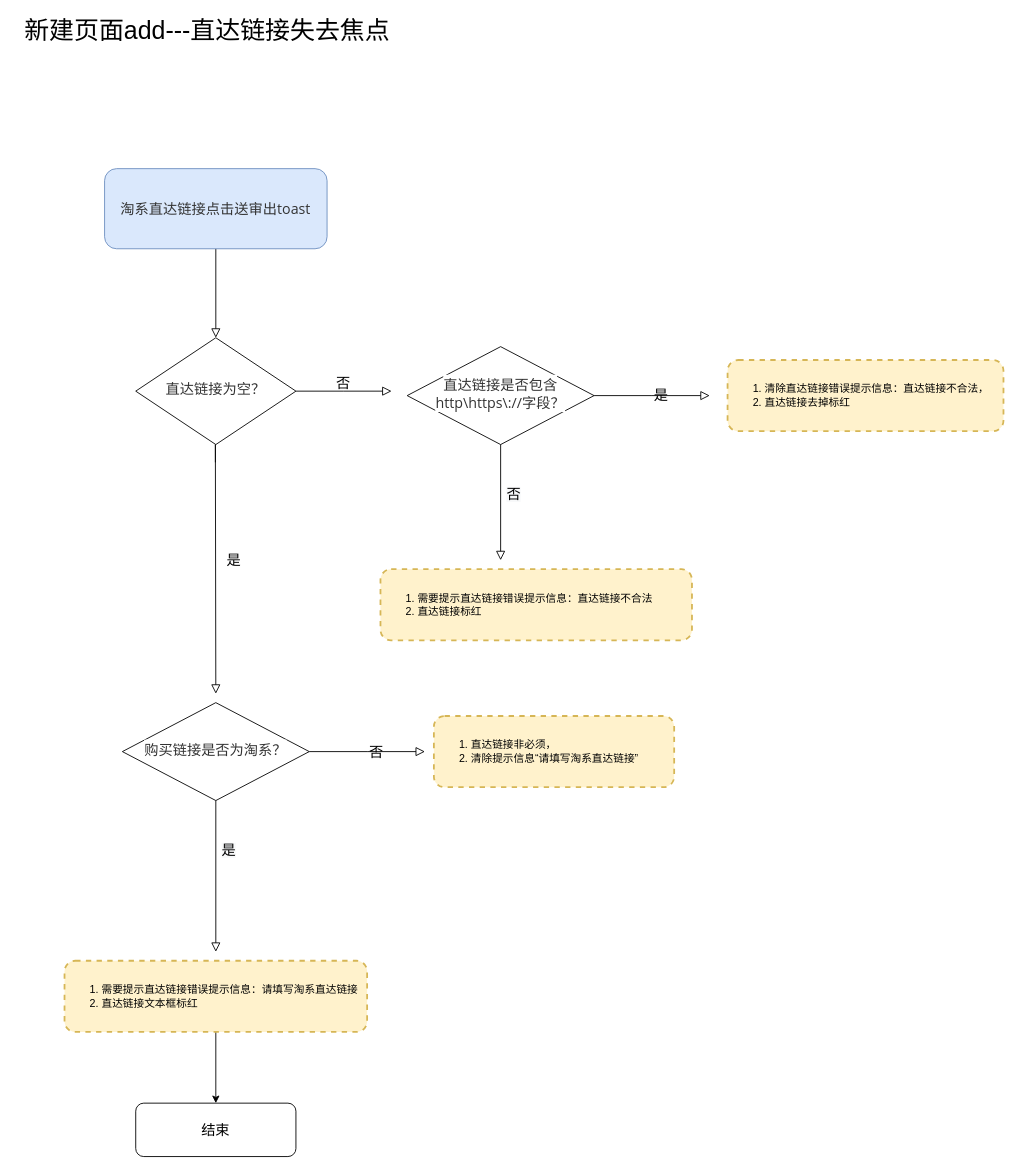
Earlier version of the draw.io diagram Untitled Diagram.drawio (AnneLau/-algorithm_bubble). Source tidied: cells renumbered, new cells numbered last; positions are measured from the earlier drawing's top-left corner, leaving out a move shared by most shapes. Both pictures are drawn from the tidied source at 89%, with x=0, y=0 at pixel (15, 17).
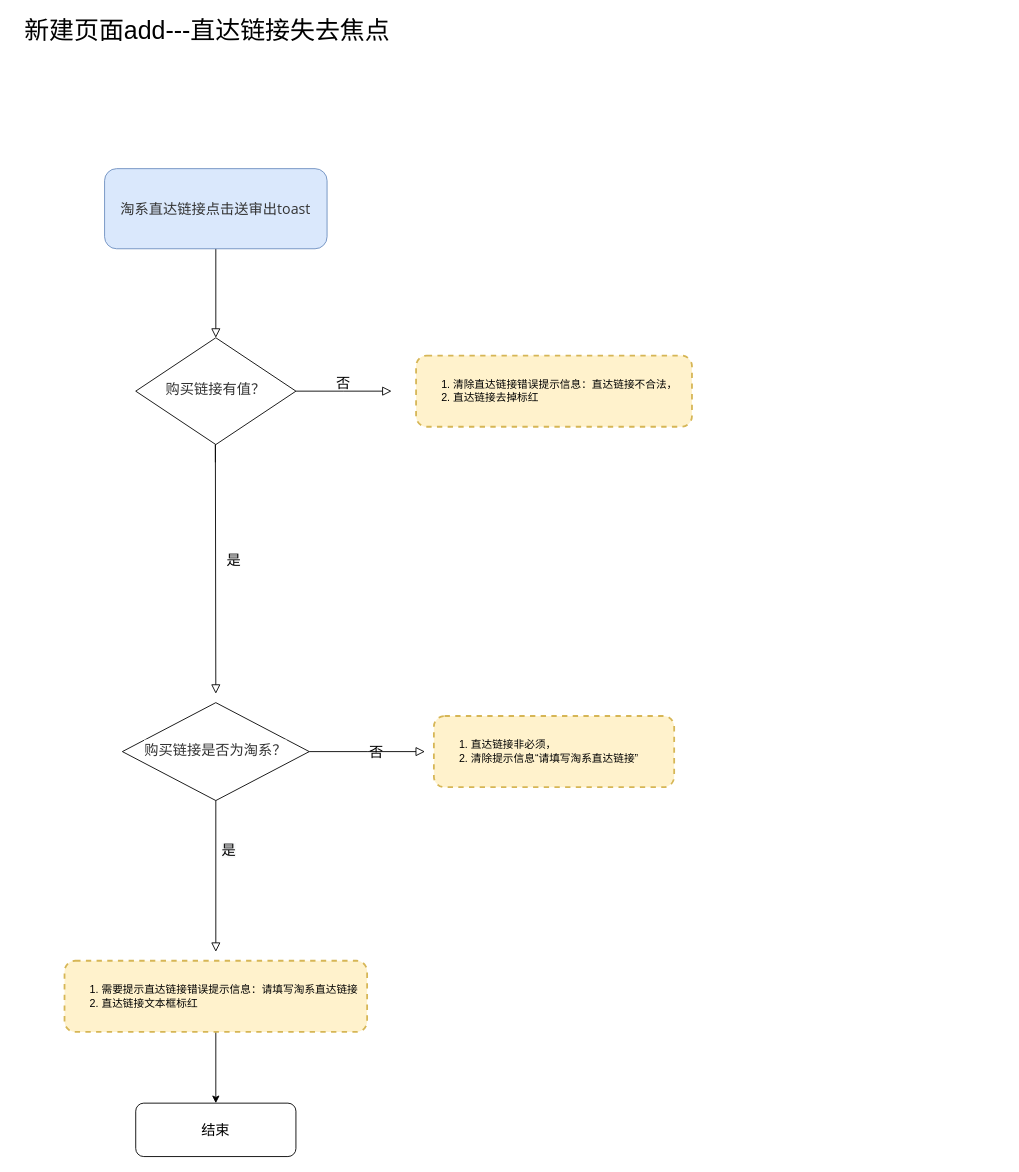
The same diagram, later.

What changed in the source:
```diff
@@
-    <mxCell id="5" value="&lt;span style=&quot;color: rgb(51 , 51 , 51) ; font-family: &amp;#34;open sans&amp;#34; , &amp;#34;clear sans&amp;#34; , &amp;#34;helvetica neue&amp;#34; , &amp;#34;helvetica&amp;#34; , &amp;#34;arial&amp;#34; , sans-serif ; font-size: 16px ; background-color: rgb(255 , 255 , 255)&quot;&gt;直达链接为空？&lt;/span&gt;" style="rhombus;whiteSpace=wrap;html=1;shadow=0;fontFamily=Helvetica;fontSize=12;align=center;strokeWidth=1;spacing=6;spacingTop=-4;" parent="1" vertex="1">
+    <mxCell id="5" value="&lt;span style=&quot;color: rgb(51 , 51 , 51) ; font-family: &amp;#34;open sans&amp;#34; , &amp;#34;clear sans&amp;#34; , &amp;#34;helvetica neue&amp;#34; , &amp;#34;helvetica&amp;#34; , &amp;#34;arial&amp;#34; , sans-serif ; font-size: 16px ; background-color: rgb(255 , 255 , 255)&quot;&gt;购买链接有值？&lt;/span&gt;" style="rhombus;whiteSpace=wrap;html=1;shadow=0;fontFamily=Helvetica;fontSize=12;align=center;strokeWidth=1;spacing=6;spacingTop=-4;" parent="1" vertex="1">
       <mxGeometry x="135" y="360" width="180" height="120" as="geometry" />
     </mxCell>
@@
-    <mxCell id="13" value="&lt;span style=&quot;color: rgb(51 , 51 , 51) ; font-family: &amp;#34;open sans&amp;#34; , &amp;#34;clear sans&amp;#34; , &amp;#34;helvetica neue&amp;#34; , &amp;#34;helvetica&amp;#34; , &amp;#34;arial&amp;#34; , sans-serif ; font-size: 16px ; background-color: rgb(255 , 255 , 255)&quot;&gt;直达链接是否包含http\https\://字段？&lt;/span&gt;" style="rhombus;whiteSpace=wrap;html=1;shadow=0;fontFamily=Helvetica;fontSize=12;align=center;strokeWidth=1;spacing=6;spacingTop=-4;" parent="1" vertex="1">
-      <mxGeometry x="440" y="370" width="210" height="110" as="geometry" />
-    </mxCell>
-    <mxCell id="14" value="&lt;span style=&quot;font-size: 16px&quot;&gt;是&lt;/span&gt;" style="edgeStyle=orthogonalEdgeStyle;rounded=0;html=1;jettySize=auto;fontSize=11;endArrow=block;endFill=0;endSize=8;strokeWidth=1;shadow=0;labelBackgroundColor=none;" parent="1" edge="1" source="13">
-      <mxGeometry y="10" relative="1" as="geometry">
-        <mxPoint x="780" y="425" as="targetPoint" />
-      </mxGeometry>
-    </mxCell>
-    <mxCell id="15" value="&lt;span style=&quot;color: rgb(0 , 0 , 0) ; font-family: &amp;#34;helvetica&amp;#34; ; font-size: 16px ; font-style: normal ; font-weight: 400 ; letter-spacing: normal ; text-align: center ; text-indent: 0px ; text-transform: none ; word-spacing: 0px ; background-color: rgb(248 , 249 , 250) ; display: inline ; float: none&quot;&gt;否&lt;/span&gt;" style="text;whiteSpace=wrap;html=1;" parent="1" vertex="1">
-      <mxGeometry x="550" y="520" width="40" height="30" as="geometry" />
-    </mxCell>
-    <mxCell id="16" style="rounded=0;html=1;jettySize=auto;orthogonalLoop=1;fontSize=11;endArrow=block;endFill=0;endSize=8;strokeWidth=1;shadow=0;labelBackgroundColor=none;edgeStyle=orthogonalEdgeStyle;" parent="1" edge="1">
-      <mxGeometry relative="1" as="geometry">
-        <mxPoint x="545" y="480" as="sourcePoint" />
-        <mxPoint x="545" y="610" as="targetPoint" />
-      </mxGeometry>
-    </mxCell>
     <mxCell id="17" value="&lt;blockquote style=&quot;margin: 0 0 0 40px ; border: none ; padding: 0px&quot;&gt;&lt;/blockquote&gt;&lt;blockquote style=&quot;margin: 0 0 0 40px ; border: none ; padding: 0px&quot;&gt;&lt;/blockquote&gt;&lt;blockquote style=&quot;margin: 0 0 0 40px ; border: none ; padding: 0px&quot;&gt;&lt;/blockquote&gt;&lt;div&gt;&lt;ol&gt;&lt;li&gt;清除直达链接错误提示信息：直达链接不合法，&lt;/li&gt;&lt;li&gt;直达链接去掉标红&lt;/li&gt;&lt;/ol&gt;&lt;/div&gt;&lt;blockquote style=&quot;margin: 0 0 0 40px ; border: none ; padding: 0px&quot;&gt;&lt;/blockquote&gt;&lt;blockquote style=&quot;margin: 0 0 0 40px ; border: none ; padding: 0px&quot;&gt;&lt;/blockquote&gt;&lt;blockquote style=&quot;margin: 0 0 0 40px ; border: none ; padding: 0px&quot;&gt;&lt;/blockquote&gt;" style="rounded=1;whiteSpace=wrap;html=1;fontSize=12;glass=0;strokeWidth=2;shadow=0;align=left;fillColor=#fff2cc;strokeColor=#d6b656;dashed=1;" parent="1" vertex="1">
-      <mxGeometry x="800" y="385" width="310" height="80" as="geometry" />
+      <mxGeometry x="450" y="380" width="310" height="80" as="geometry" />
     </mxCell>
-    <mxCell id="18" value="&lt;blockquote style=&quot;margin: 0 0 0 40px ; border: none ; padding: 0px&quot;&gt;&lt;/blockquote&gt;&lt;blockquote style=&quot;margin: 0 0 0 40px ; border: none ; padding: 0px&quot;&gt;&lt;/blockquote&gt;&lt;blockquote style=&quot;margin: 0 0 0 40px ; border: none ; padding: 0px&quot;&gt;&lt;/blockquote&gt;&lt;div&gt;&lt;ol&gt;&lt;li&gt;需要提示直达链接错误提示信息：直达链接不合法&lt;/li&gt;&lt;li&gt;直达链接标红&lt;br&gt;&lt;/li&gt;&lt;/ol&gt;&lt;/div&gt;&lt;blockquote style=&quot;margin: 0 0 0 40px ; border: none ; padding: 0px&quot;&gt;&lt;/blockquote&gt;&lt;blockquote style=&quot;margin: 0 0 0 40px ; border: none ; padding: 0px&quot;&gt;&lt;/blockquote&gt;&lt;blockquote style=&quot;margin: 0 0 0 40px ; border: none ; padding: 0px&quot;&gt;&lt;/blockquote&gt;" style="rounded=1;whiteSpace=wrap;html=1;fontSize=12;glass=0;strokeWidth=2;shadow=0;align=left;fillColor=#fff2cc;strokeColor=#d6b656;dashed=1;" parent="1" vertex="1">
-      <mxGeometry x="410" y="620" width="350" height="80" as="geometry" />
-    </mxCell>
```
